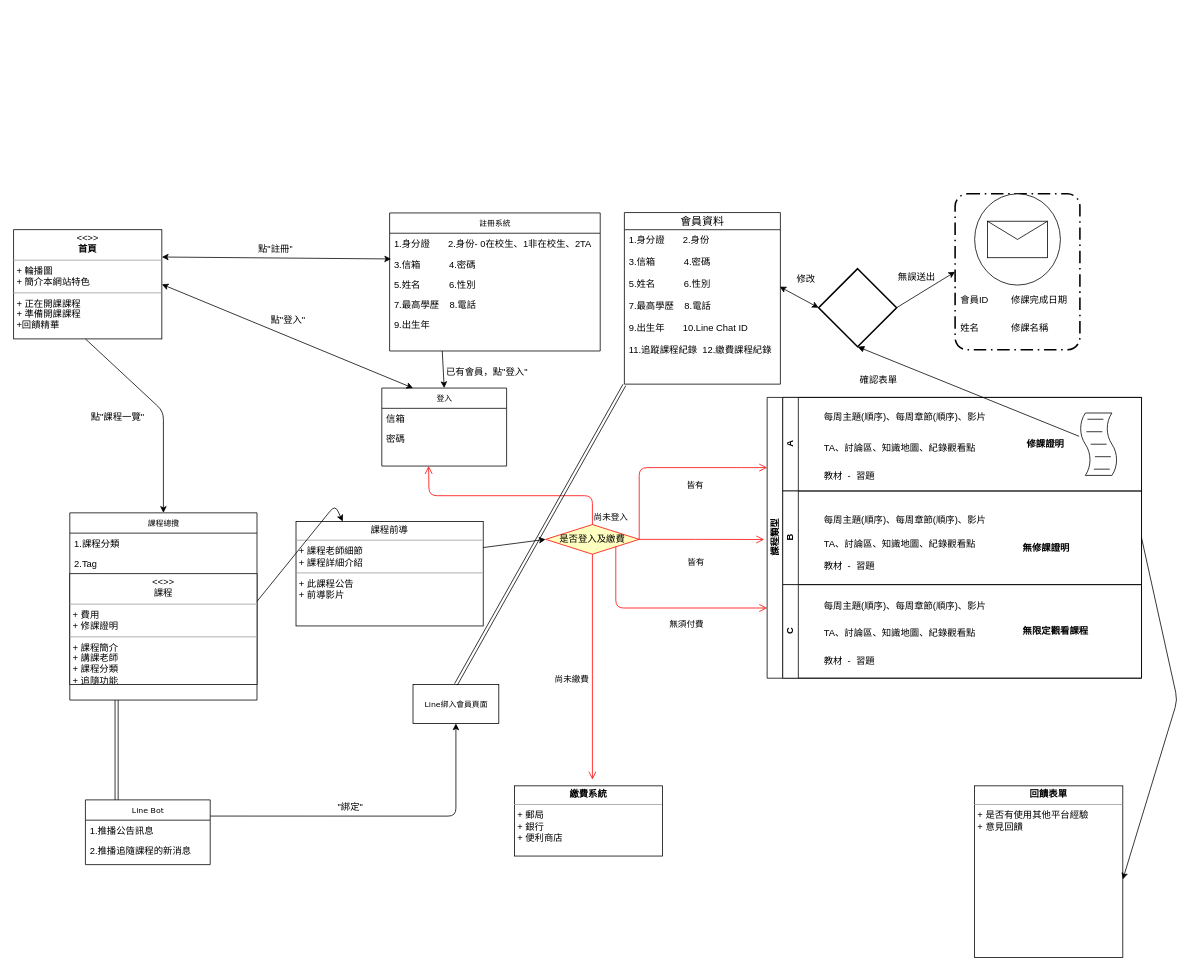
bloodangle/fisrt keeps this draw.io diagram as nthu_cloud.drawio. Above is the earlier version. Source tidied: cells renumbered, new cells numbered last; positions are measured from the earlier drawing's top-left corner, leaving out a move shared by most shapes. Both pictures are drawn from the tidied source at 78%, with x=0, y=0 at pixel (13, 193).
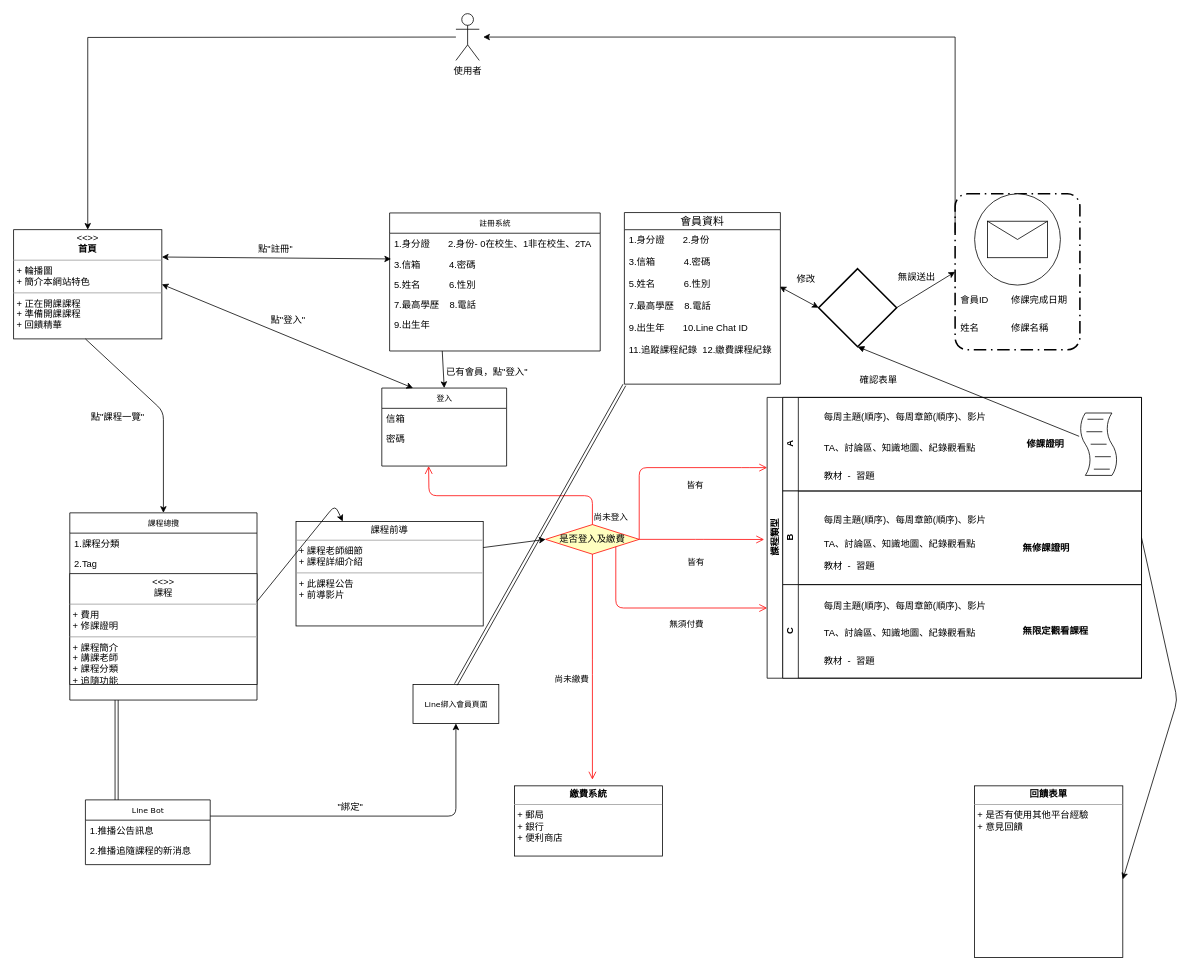
The same page after the edit.

The change refers to these unchanged cells:
```xml
<mxCell id="2" style="rounded=1;arcSize=10;dashed=1;strokeColor=#000000;fillColor=none;gradientColor=none;dashPattern=8 3 1 3;strokeWidth=2;" parent="1" vertex="1">
  <mxGeometry x="1207" width="160" height="200" as="geometry" />
</mxCell>
```

Diff of the diagram source:
```diff
@@
+    <mxCell id="76" style="edgeStyle=orthogonalEdgeStyle;rounded=0;jettySize=auto;html=1;exitX=0;exitY=0.25;exitDx=0;exitDy=0;" parent="1" edge="1" source="2">
+      <mxGeometry relative="1" as="geometry">
+        <mxPoint x="602" y="-201" as="targetPoint" />
+        <Array as="points">
+          <mxPoint x="1207" y="-201" />
+        </Array>
+      </mxGeometry>
+    </mxCell>
@@
-    <mxCell id="16" value="&lt;p style=&quot;margin: 0px ; margin-top: 4px ; text-align: center&quot;&gt;&lt;i&gt;&amp;lt;&amp;lt;&amp;gt;&amp;gt;&lt;/i&gt;&lt;br&gt;&lt;b&gt;首頁&lt;/b&gt;&lt;/p&gt;&lt;hr size=&quot;1&quot;&gt;&lt;p style=&quot;margin: 0px ; margin-left: 4px&quot;&gt;+ 輪播圖&lt;br&gt;+ 簡介本網站特色&lt;/p&gt;&lt;hr size=&quot;1&quot;&gt;&lt;p style=&quot;margin: 0px ; margin-left: 4px&quot;&gt;+ 正在開課課程&lt;/p&gt;&lt;p style=&quot;margin: 0px ; margin-left: 4px&quot;&gt;+ 準備開課課程&lt;/p&gt;&lt;p style=&quot;margin: 0px ; margin-left: 4px&quot;&gt;+回饋精華&lt;/p&gt;" style="verticalAlign=top;align=left;overflow=fill;fontSize=12;fontFamily=Helvetica;html=1;rounded=0;shadow=0;comic=0;labelBackgroundColor=none;strokeColor=#000000;strokeWidth=1;fillColor=#ffffff;" parent="1" vertex="1">
+    <mxCell id="16" value="&lt;p style=&quot;margin: 0px ; margin-top: 4px ; text-align: center&quot;&gt;&lt;i&gt;&amp;lt;&amp;lt;&amp;gt;&amp;gt;&lt;/i&gt;&lt;br&gt;&lt;b&gt;首頁&lt;/b&gt;&lt;/p&gt;&lt;hr size=&quot;1&quot;&gt;&lt;p style=&quot;margin: 0px ; margin-left: 4px&quot;&gt;+ 輪播圖&lt;br&gt;+ 簡介本網站特色&lt;/p&gt;&lt;hr size=&quot;1&quot;&gt;&lt;p style=&quot;margin: 0px ; margin-left: 4px&quot;&gt;+ 正在開課課程&lt;/p&gt;&lt;p style=&quot;margin: 0px ; margin-left: 4px&quot;&gt;+ 準備開課課程&lt;/p&gt;&lt;p style=&quot;margin: 0px ; margin-left: 4px&quot;&gt;+ 回饋精華&lt;/p&gt;" style="verticalAlign=top;align=left;overflow=fill;fontSize=12;fontFamily=Helvetica;html=1;rounded=0;shadow=0;comic=0;labelBackgroundColor=none;strokeColor=#000000;strokeWidth=1;fillColor=#ffffff;" parent="1" vertex="1">
       <mxGeometry y="46" width="190" height="140" as="geometry" />
     </mxCell>
@@
+    <mxCell id="77" style="edgeStyle=orthogonalEdgeStyle;rounded=0;jettySize=auto;html=1;" parent="1" edge="1" target="16">
+      <mxGeometry relative="1" as="geometry">
+        <mxPoint x="567" y="-201" as="sourcePoint" />
+      </mxGeometry>
+    </mxCell>
+    <mxCell id="78" value="使用者" style="shape=umlActor;verticalLabelPosition=bottom;labelBackgroundColor=#ffffff;verticalAlign=top;html=1;" parent="1" vertex="1">
+      <mxGeometry x="567" y="-231" width="30" height="60" as="geometry" />
+    </mxCell>
```
